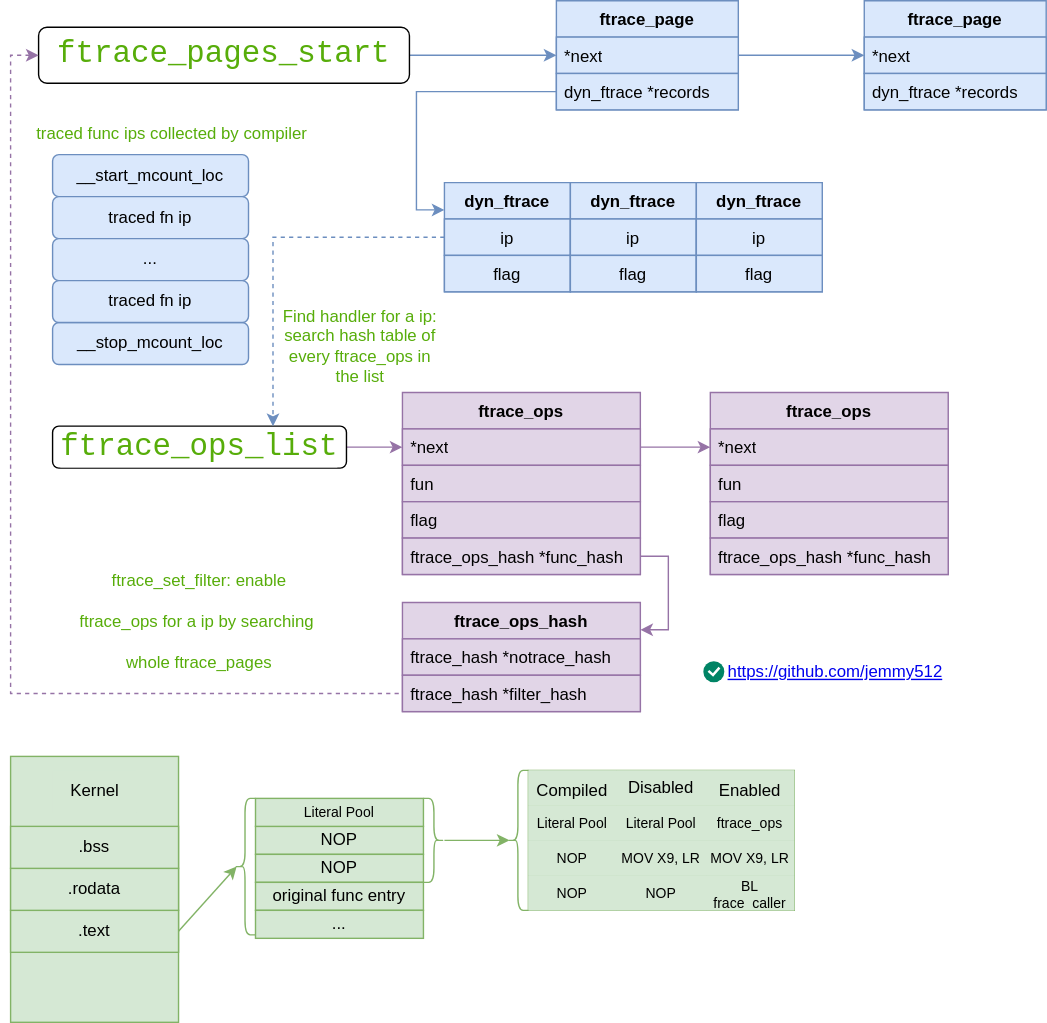
Above: images/kernel/trace-frace-arch.svg in jemmy512/book-notes (draw.io), before the change. Source tidied: cells renumbered, new cells last; positions are measured from the earlier drawing's top-left corner, leaving out a move shared by most shapes.
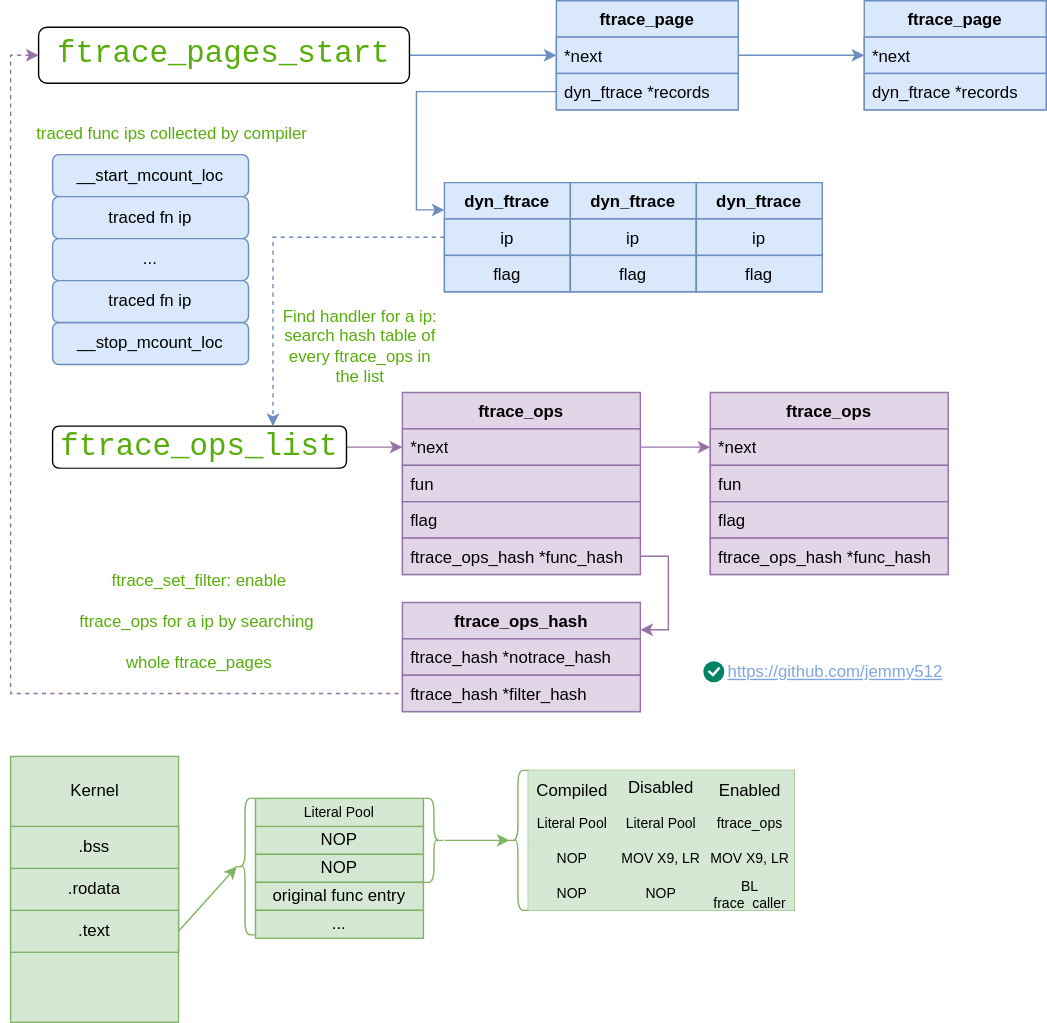
After the commit.

The edit, as a diff of the source:
```diff
@@ -241,7 +241,7 @@
     <mxCell id="79" style="html=1;shadow=0;dashed=0;shape=mxgraph.atlassian.checkbox;fillColor=#008465;strokeColor=none;html=1;sketch=0;fontSize=16;" parent="1" vertex="1">
       <mxGeometry x="495" y="472" width="15" height="15" as="geometry" />
     </mxCell>
-    <mxCell id="80" value="https://github.com/jemmy512" style="text;html=1;strokeColor=none;fillColor=none;whiteSpace=wrap;align=center;verticalAlign=middle;fontColor=#0000EE;fontStyle=4;" parent="1" vertex="1">
+    <mxCell id="80" value="https://github.com/jemmy512" style="text;html=1;strokeColor=none;fillColor=none;whiteSpace=wrap;align=center;verticalAlign=middle;fontColor=#7EA6E0;fontStyle=4;" parent="1" vertex="1">
       <mxGeometry x="504.1" y="460" width="170.9" height="40" as="geometry" />
     </mxCell>
     <mxCell id="81" value="&lt;span style=&quot;font-size: 10px; text-wrap: nowrap;&quot;&gt;Literal Pool&lt;/span&gt;" style="rounded=0;whiteSpace=wrap;html=1;fillColor=#d5e8d4;strokeColor=#82b366;" parent="1" vertex="1">
```
